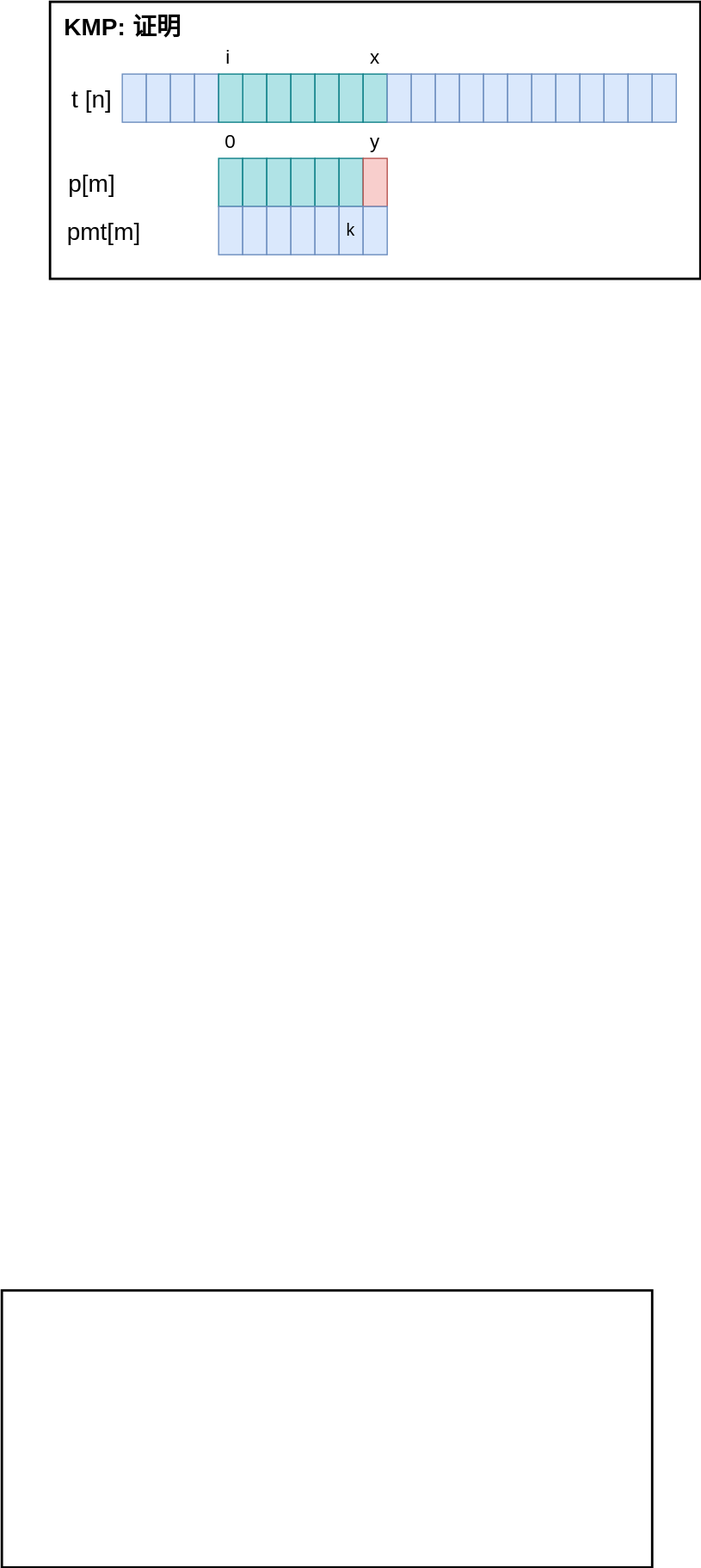
Earlier version of the draw.io export Algorithms/img/KMP_3.svg (TBD2021/Salt-and-Computer-Science). Source tidied: cells renumbered, new cells last; positions are measured from the earlier drawing's top-left corner, leaving out a move shared by most shapes.
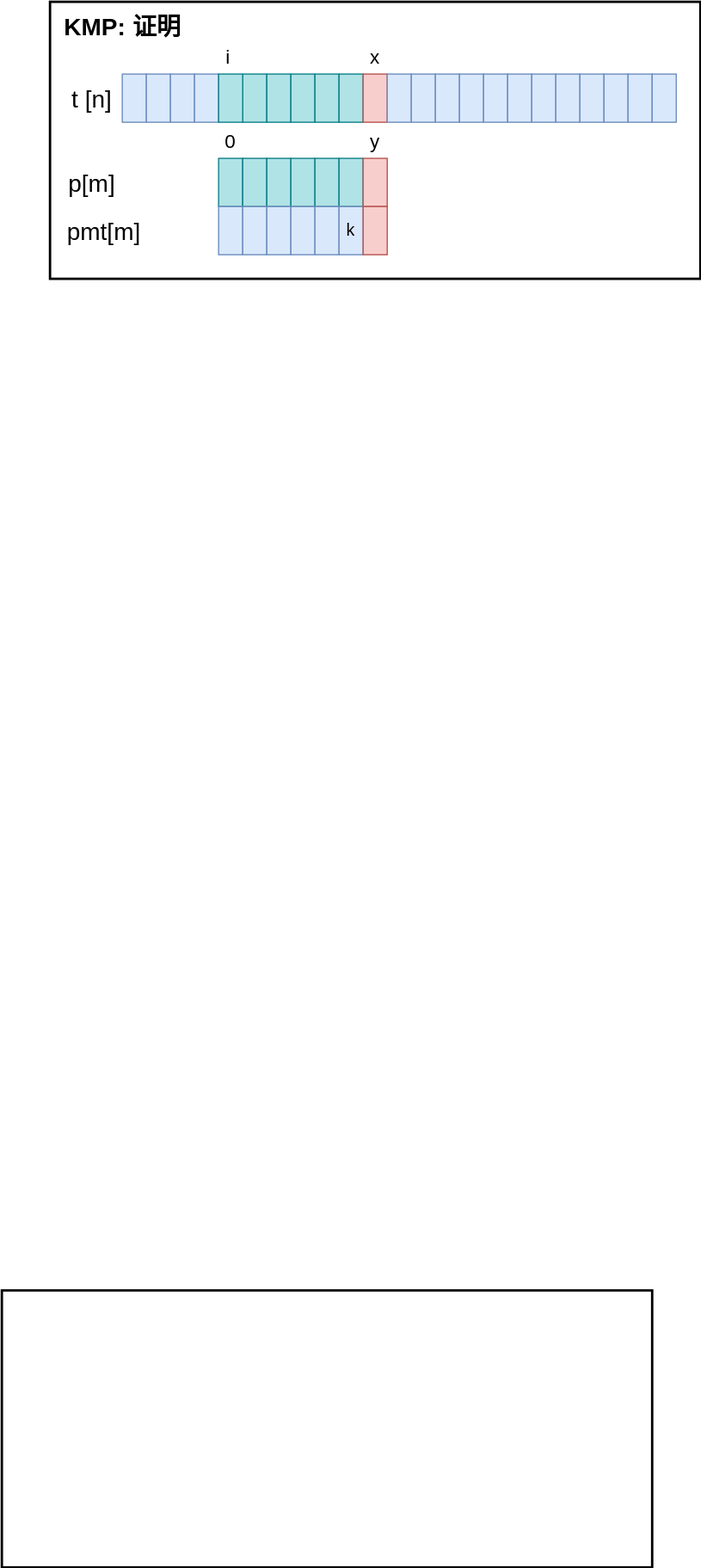
The same file after the commit.

Change to the diagram source:
```diff
@@ -54,7 +54,7 @@
       </mxCell>
     </object>
     <object id="13" label="" name="Variable" placeholders="1">
-      <mxCell style="text;html=1;strokeColor=#0e8088;fillColor=#b0e3e6;align=center;verticalAlign=middle;whiteSpace=wrap;overflow=hidden;" parent="1" vertex="1">
+      <mxCell style="text;html=1;strokeColor=#b85450;fillColor=#f8cecc;align=center;verticalAlign=middle;whiteSpace=wrap;overflow=hidden;" parent="1" vertex="1">
         <mxGeometry x="300" y="60" width="20" height="40" as="geometry" />
       </mxCell>
     </object>
@@ -204,7 +204,7 @@
       </mxCell>
     </object>
     <object id="43" label="" name="Variable" placeholders="1">
-      <mxCell style="text;html=1;strokeColor=#6c8ebf;fillColor=#dae8fc;align=left;verticalAlign=middle;whiteSpace=wrap;overflow=hidden;fontSize=10;" parent="1" vertex="1">
+      <mxCell style="text;html=1;strokeColor=#b85450;fillColor=#f8cecc;align=left;verticalAlign=middle;whiteSpace=wrap;overflow=hidden;fontSize=10;" parent="1" vertex="1">
         <mxGeometry x="300" y="170" width="20" height="40" as="geometry" />
       </mxCell>
     </object>
```
